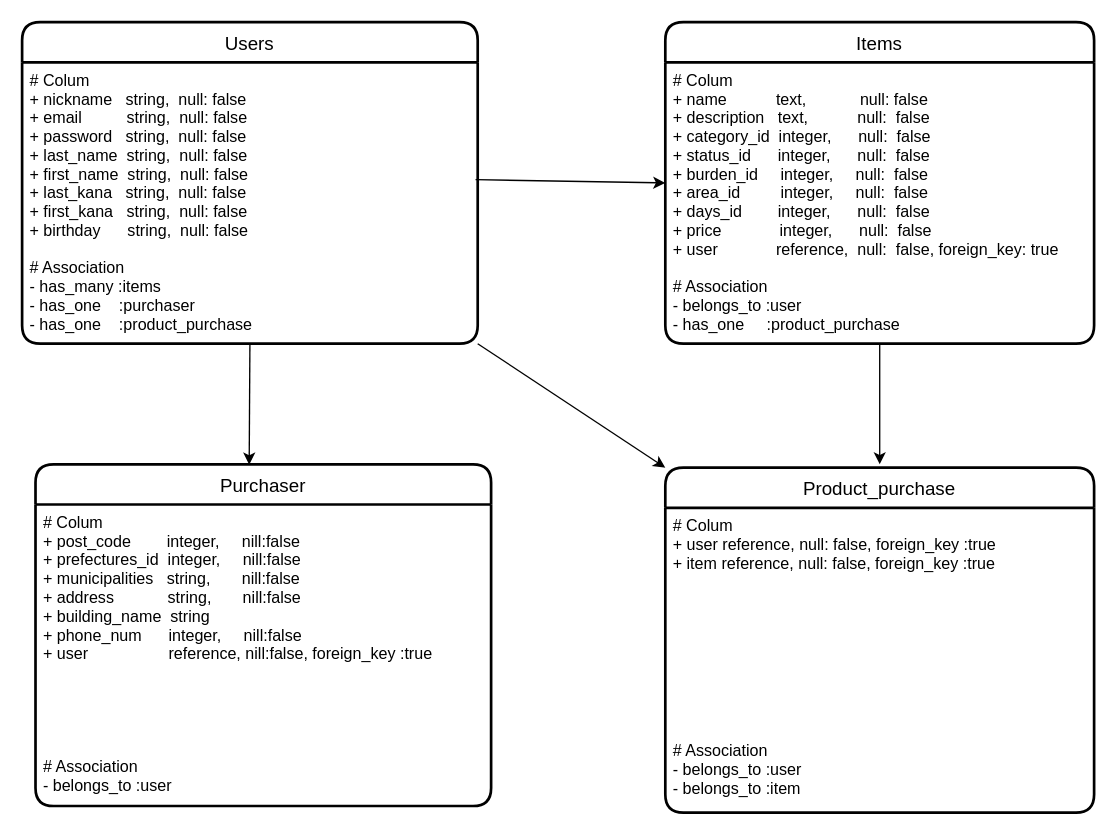
The draw.io diagram app/hurima.dio in Acetaff/furima-37555, before the edit. Source tidied: cells renumbered, new cells numbered last; positions are measured from the earlier drawing's top-left corner, leaving out a move shared by most shapes. Both pictures are drawn from the tidied source at 134%, with x=0, y=0 at pixel (21, 21).
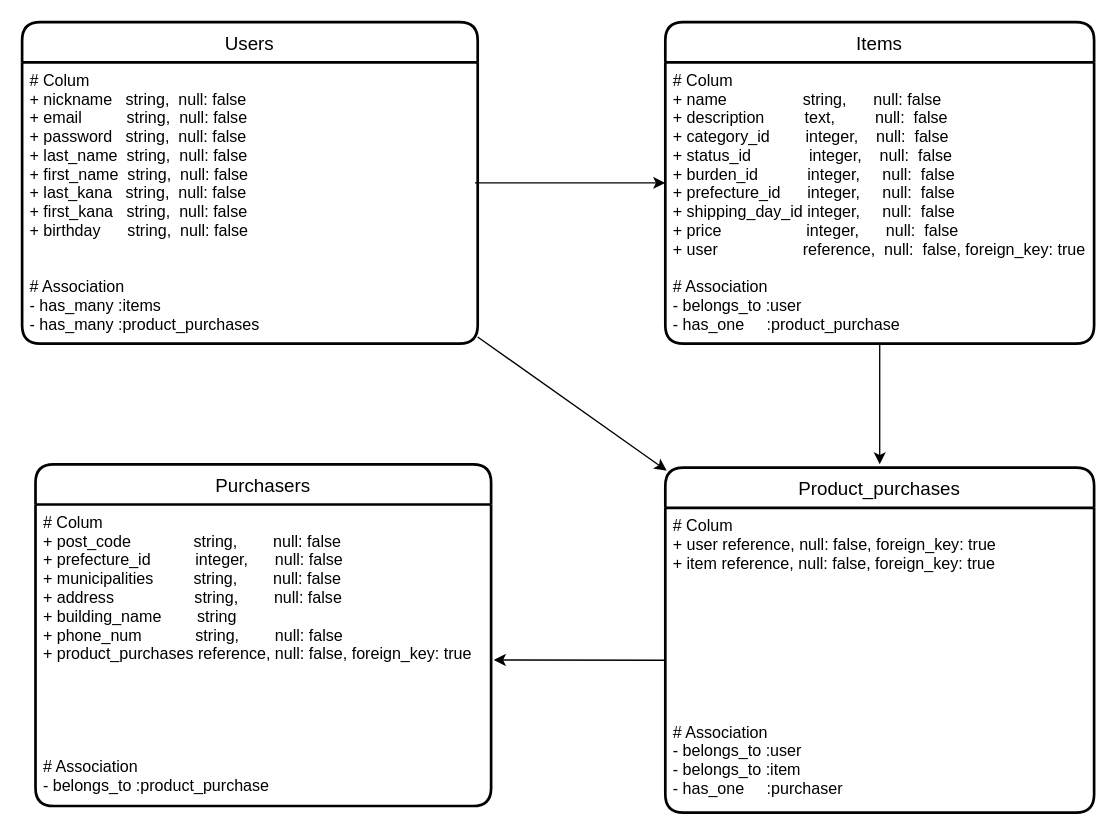
The same page after the edit.

Commit message (it also covers changes not shown here):
DB設計の修正２

The edit, as a diff of the source:
```diff
@@
 <mxGraphModel>
   <root>
     <mxCell id="0" />
     <mxCell id="1" parent="0" />
     <mxCell id="2" value="Items" style="swimlane;horizontal=1;startSize=30;rounded=1;fontSize=14;fontStyle=0;strokeWidth=2;shadow=0;dashed=0;align=center;" parent="1" vertex="1">
       <mxGeometry x="480" width="320" height="240" as="geometry" />
     </mxCell>
-    <mxCell id="3" value="# Colum&#10;+ name           text,            null: false&#10;+ description   text,           null:  false&#10;+ category_id  integer,      null:  false&#10;+ status_id      integer,      null:  false&#10;+ burden_id     integer,     null:  false&#10;+ area_id         integer,     null:  false &#10;+ days_id        integer,      null:  false&#10;+ price             integer,      null:  false &#10;+ user             reference,  null:  false, foreign_key: true&#10;&#10;# Association&#10;- belongs_to :user&#10;- has_one     :product_purchase" style="align=left;strokeColor=none;fillColor=none;spacingLeft=4;fontSize=12;verticalAlign=top;" parent="2" vertex="1">
+    <mxCell id="3" value="# Colum&#10;+ name                 string,      null: false&#10;+ description         text,         null:  false&#10;+ category_id        integer,    null:  false&#10;+ status_id             integer,    null:  false&#10;+ burden_id           integer,     null:  false&#10;+ prefecture_id      integer,     null:  false &#10;+ shipping_day_id integer,     null:  false&#10;+ price                   integer,      null:  false &#10;+ user                   reference,  null:  false, foreign_key: true&#10;&#10;# Association&#10;- belongs_to :user&#10;- has_one     :product_purchase" style="align=left;strokeColor=none;fillColor=none;spacingLeft=4;fontSize=12;verticalAlign=top;" parent="2" vertex="1">
       <mxGeometry y="30" width="320" height="210" as="geometry" />
     </mxCell>
-    <mxCell id="4" value="Purchaser" style="swimlane;horizontal=1;startSize=30;rounded=1;fontSize=14;fontStyle=0;strokeWidth=2;shadow=0;dashed=0;align=center;" parent="1" vertex="1">
+    <mxCell id="4" value="Purchasers" style="swimlane;horizontal=1;startSize=30;rounded=1;fontSize=14;fontStyle=0;strokeWidth=2;shadow=0;dashed=0;align=center;" parent="1" vertex="1">
       <mxGeometry x="10" y="330" width="340" height="255" as="geometry" />
     </mxCell>
-    <mxCell id="5" value="# Colum&#10;+ post_code        integer,     nill:false&#10;+ prefectures_id  integer,     nill:false&#10;+ municipalities   string,       nill:false&#10;+ address            string,       nill:false &#10;+ building_name  string&#10;+ phone_num      integer,     nill:false&#10;+ user                  reference, nill:false, foreign_key :true&#10;&#10;&#10;&#10;&#10;&#10;# Association&#10;- belongs_to :user" style="align=left;strokeColor=none;fillColor=none;spacingLeft=4;fontSize=12;verticalAlign=top;" parent="4" vertex="1">
+    <mxCell id="5" value="# Colum&#10;+ post_code              string,        null: false&#10;+ prefecture_id          integer,      null: false&#10;+ municipalities         string,        null: false&#10;+ address                  string,        null: false &#10;+ building_name        string&#10;+ phone_num            string,        null: false&#10;+ product_purchases reference, null: false, foreign_key: true&#10;&#10;&#10;&#10;&#10;&#10;# Association&#10;- belongs_to :product_purchase" style="align=left;strokeColor=none;fillColor=none;spacingLeft=4;fontSize=12;verticalAlign=top;" parent="4" vertex="1">
       <mxGeometry y="30" width="340" height="225" as="geometry" />
     </mxCell>
-    <mxCell id="6" style="edgeStyle=none;html=1;entryX=0;entryY=0.5;entryDx=0;entryDy=0;exitX=0.995;exitY=0.417;exitDx=0;exitDy=0;exitPerimeter=0;" parent="1" edge="1" target="2">
+    <mxCell id="6" style="edgeStyle=none;html=1;entryX=0;entryY=0.5;entryDx=0;entryDy=0;" parent="1" edge="1">
       <mxGeometry relative="1" as="geometry">
-        <mxPoint x="338.4" y="117.6" as="sourcePoint" />
+        <mxPoint x="338" y="120" as="sourcePoint" />
+        <mxPoint x="480" y="120" as="targetPoint" />
       </mxGeometry>
     </mxCell>
-    <mxCell id="7" value="Product_purchase" style="swimlane;horizontal=1;startSize=30;rounded=1;fontSize=14;fontStyle=0;strokeWidth=2;shadow=0;dashed=0;align=center;" parent="1" vertex="1">
+    <mxCell id="7" value="Product_purchases" style="swimlane;horizontal=1;startSize=30;rounded=1;fontSize=14;fontStyle=0;strokeWidth=2;shadow=0;dashed=0;align=center;" parent="1" vertex="1">
       <mxGeometry x="480" y="332.5" width="320" height="257.5" as="geometry" />
     </mxCell>
-    <mxCell id="8" value="# Colum&#10;+ user reference, null: false, foreign_key :true&#10;+ item reference, null: false, foreign_key :true&#10;&#10;&#10;&#10;&#10;&#10;&#10;&#10;&#10;&#10;# Association&#10;- belongs_to :user&#10;- belongs_to :item" style="align=left;strokeColor=none;fillColor=none;spacingLeft=4;fontSize=12;verticalAlign=top;" parent="7" vertex="1">
+    <mxCell id="8" value="# Colum&#10;+ user reference, null: false, foreign_key: true&#10;+ item reference, null: false, foreign_key: true&#10;&#10;&#10;&#10;&#10;&#10;&#10;&#10;&#10;# Association&#10;- belongs_to :user&#10;- belongs_to :item&#10;- has_one     :purchaser" style="align=left;strokeColor=none;fillColor=none;spacingLeft=4;fontSize=12;verticalAlign=top;" parent="7" vertex="1">
       <mxGeometry y="30" width="320" height="227.5" as="geometry" />
     </mxCell>
-    <mxCell id="9" style="edgeStyle=none;html=1;" parent="1" edge="1" source="3">
-      <mxGeometry relative="1" as="geometry">
-        <mxPoint x="640" y="330" as="targetPoint" />
-      </mxGeometry>
-    </mxCell>
     <mxCell id="10" value="Users" style="swimlane;horizontal=1;startSize=30;rounded=1;fontSize=14;fontStyle=0;strokeWidth=2;shadow=0;dashed=0;align=center;" parent="1" vertex="1">
       <mxGeometry width="340" height="240" as="geometry" />
     </mxCell>
-    <mxCell id="11" value="# Colum&#10;+ nickname   string,  null: false&#10;+ email          string,  null: false&#10;+ password   string,  null: false&#10;+ last_name  string,  null: false&#10;+ first_name  string,  null: false&#10;+ last_kana   string,  null: false&#10;+ first_kana   string,  null: false&#10;+ birthday      string,  null: false&#10;&#10;# Association&#10;- has_many :items&#10;- has_one    :purchaser&#10;- has_one    :product_purchase" style="align=left;strokeColor=none;fillColor=none;spacingLeft=4;fontSize=12;verticalAlign=top;" parent="10" vertex="1">
+    <mxCell id="11" value="# Colum&#10;+ nickname   string,  null: false&#10;+ email          string,  null: false&#10;+ password   string,  null: false&#10;+ last_name  string,  null: false&#10;+ first_name  string,  null: false&#10;+ last_kana   string,  null: false&#10;+ first_kana   string,  null: false&#10;+ birthday      string,  null: false&#10;&#10;&#10;# Association&#10;- has_many :items&#10;- has_many :product_purchases" style="align=left;strokeColor=none;fillColor=none;spacingLeft=4;fontSize=12;verticalAlign=top;" parent="10" vertex="1">
       <mxGeometry y="30" width="340" height="210" as="geometry" />
     </mxCell>
-    <mxCell id="12" style="edgeStyle=none;html=1;exitX=0.5;exitY=1;exitDx=0;exitDy=0;entryX=0.469;entryY=0.001;entryDx=0;entryDy=0;entryPerimeter=0;" parent="1" edge="1" source="11" target="4">
-      <mxGeometry relative="1" as="geometry" />
-    </mxCell>
-    <mxCell id="13" style="edgeStyle=none;html=1;exitX=1;exitY=1;exitDx=0;exitDy=0;entryX=0;entryY=0;entryDx=0;entryDy=0;" parent="1" edge="1" source="11" target="7">
-      <mxGeometry relative="1" as="geometry" />
-    </mxCell>
+    <mxCell id="14" style="edgeStyle=none;html=1;entryX=0.003;entryY=0.028;entryDx=0;entryDy=0;entryPerimeter=0;" parent="1" edge="1">
+      <mxGeometry relative="1" as="geometry">
+        <mxPoint x="340" y="235" as="sourcePoint" />
+        <mxPoint x="481" y="334.7" as="targetPoint" />
+      </mxGeometry>
+    </mxCell>
+    <mxCell id="15" style="edgeStyle=none;html=1;exitX=0.5;exitY=1;exitDx=0;exitDy=0;" parent="1" edge="1" source="3">
+      <mxGeometry relative="1" as="geometry">
+        <mxPoint x="640" y="330" as="targetPoint" />
+      </mxGeometry>
+    </mxCell>
+    <mxCell id="16" style="edgeStyle=none;html=1;exitX=0;exitY=0.5;exitDx=0;exitDy=0;" parent="1" edge="1" source="8">
+      <mxGeometry relative="1" as="geometry">
+        <mxPoint x="352" y="476" as="targetPoint" />
+      </mxGeometry>
+    </mxCell>
   </root>
 </mxGraphModel>
```
